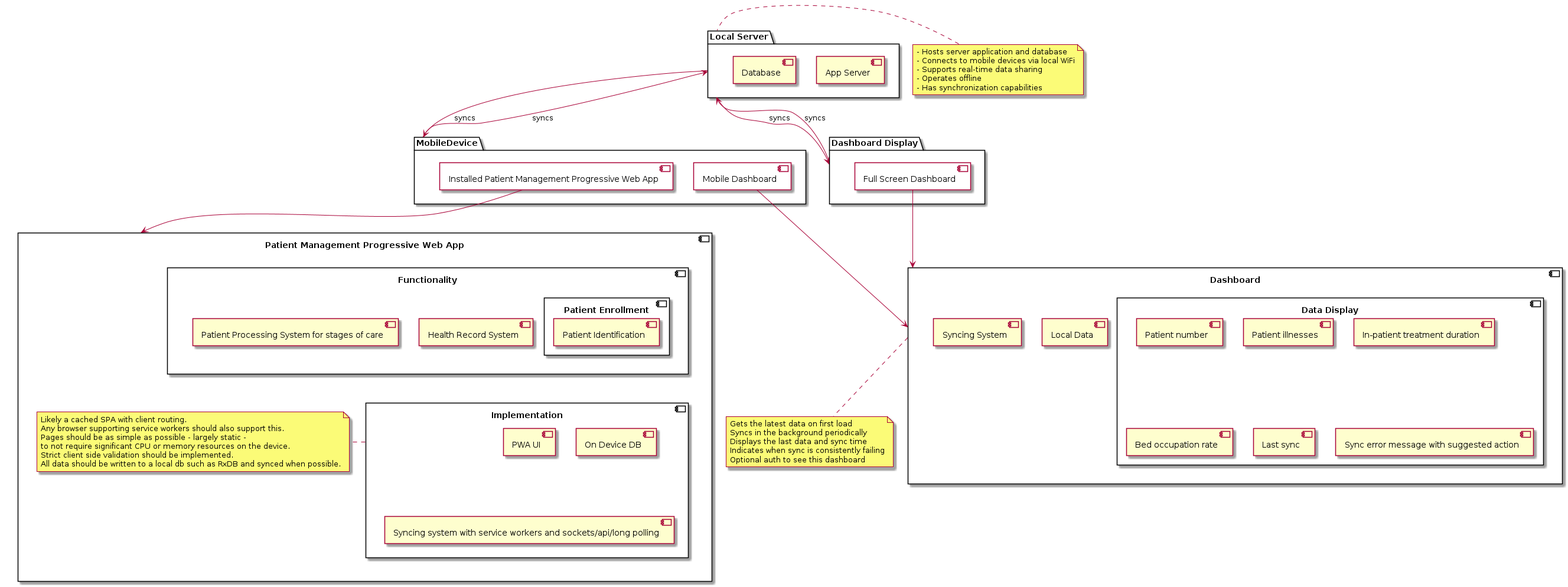
jcbashdown/case-study keeps this PlantUML diagram as puml/diagrams/constraint-solutions.png. Above is the earlier version. Its source is kept beside it as puml/constraint-solutions.puml.
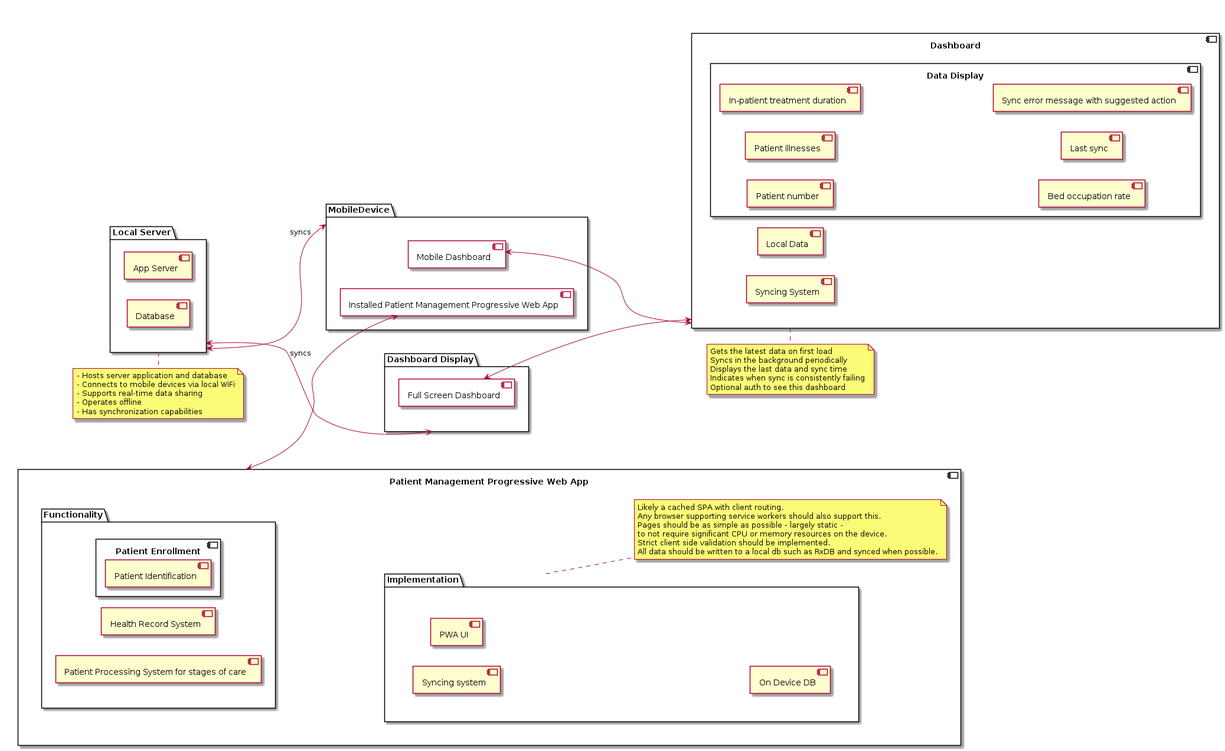
The same file after the commit.

Commit message:
Slightly more compact layout

Change to the diagram source:
```diff
@@ -1,82 +1,88 @@
 @startuml
+left to right direction
 skinparam componentStyle uml2
-package "Local Server" as LocalServer {
-  component "App Server"
-  component Database
+skinparam packagestyle rectangle
+
+together {
+  component Dashboard {
+    component "Local Data"
+    component "Syncing System"
+    component "Data Display" {
+      component "Patient number"
+      component "Patient illnesses"
+      component "In-patient treatment duration"
+      component "Bed occupation rate"
+      component "Last sync"
+      component "Sync error message with suggested action"
+    }
+  }
+  note bottom of Dashboard
+    Gets the latest data on first load
+    Syncs in the background periodically
+    Displays the last data and sync time
+    Indicates when sync is consistently failing
+    Optional auth to see this dashboard
+  end note
+}
+together {
+  package "Local Server" as LocalServer {
+    component "App Server"
+    component Database
+  }
+  package MobileDevice {
+    component "Mobile Dashboard" as MobileDashboard {
+    }
+    component "Installed Patient Management Progressive Web App" as InstalledPWA {
+    }
+  }
+  package "Dashboard Display" as DashboardDisplay {
+    component "Full Screen Dashboard" as FSDashboard {
+
+    }
+  }
+  note bottom of LocalServer
+    - Hosts server application and database
+    - Connects to mobile devices via local WiFi
+    - Supports real-time data sharing
+    - Operates offline
+    - Has synchronization capabilities
+  end note
+
 }
 
-package MobileDevice {
-  component "Mobile Dashboard" as MobileDashboard {
-  }
-  component "Installed Patient Management Progressive Web App" as InstalledPWA {
-  }
-}
-package "Dashboard Display" as DashboardDisplay {
-  component "Full Screen Dashboard" as FSDashboard {
-
-  }
-}
-
-component Dashboard {
-  component "Local Data"
-  component "Syncing System"
-  component "Data Display" {
-    component "Patient number"
-    component "Patient illnesses"
-    component "In-patient treatment duration"
-    component "Bed occupation rate"
-    component "Last sync"
-    component "Sync error message with suggested action"
-  }
-}
 component "Patient Management Progressive Web App" as PWA {
-  component Functionality {
+  package Functionality {
     component "Patient Enrollment" {
       component "Patient Identification"
     }
     component "Health Record System"
     component "Patient Processing System for stages of care"
   }
-  component Implementation {
-    component "PWA UI" as UI
-    component "On Device DB"
-    component "Syncing system with service workers and sockets/api/long polling"
+  package Implementation {
+    together {
+      component "Syncing system"
+      component "PWA UI" as UI
+      component "On Device DB"
+    }
   }
-    note right of Implementation
-              Likely a cached SPA with client routing.
-              Any browser supporting service workers should also support this.
-              Pages should be as simple as possible - largely static -
-              to not require significant CPU or memory resources on the device.
-              Strict client side validation should be implemented.
-              All data should be written to a local db such as RxDB and synced when possible.
-    end note
+  note right of Implementation
+            Likely a cached SPA with client routing.
+            Any browser supporting service workers should also support this.
+            Pages should be as simple as possible - largely static -
+            to not require significant CPU or memory resources on the device.
+            Strict client side validation should be implemented.
+            All data should be written to a local db such as RxDB and synced when possible.
+  end note
 }
 
-LocalServer -down-> MobileDevice : syncs
-LocalServer -down-> DashboardDisplay : syncs
-MobileDevice -up-> LocalServer : syncs
-DashboardDisplay -up-> LocalServer : syncs
+LocalServer <--> MobileDevice : syncs
+LocalServer <--> DashboardDisplay : syncs
 
 Implementation -[hidden]up-> Functionality
 
-MobileDashboard --> Dashboard
-FSDashboard --> Dashboard
-InstalledPWA --> PWA
+FSDashboard <-down-> Dashboard
+MobileDashboard <-down-> Dashboard
+InstalledPWA <-up-> PWA
 
-note left of LocalServer
-  - Hosts server application and database
-  - Connects to mobile devices via local WiFi
-  - Supports real-time data sharing
-  - Operates offline
-  - Has synchronization capabilities
-end note
-
-note bottom of Dashboard
-  Gets the latest data on first load
-  Syncs in the background periodically
-  Displays the last data and sync time
-  Indicates when sync is consistently failing
-  Optional auth to see this dashboard
-end note
 
 @enduml
```
